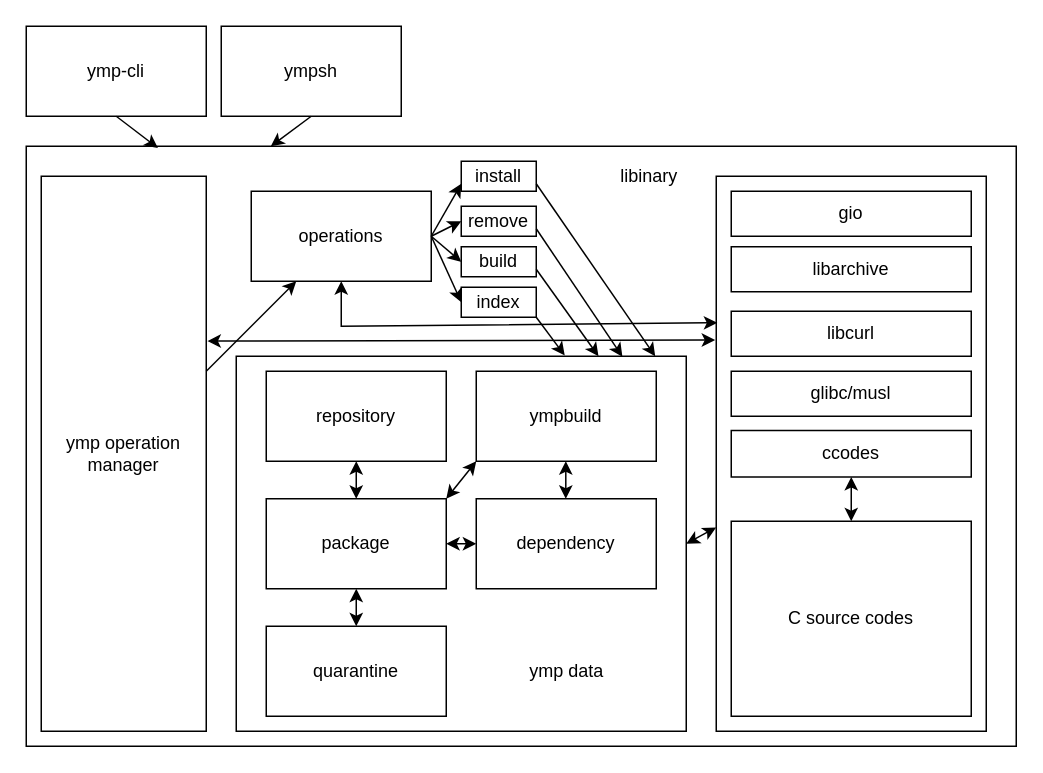
turkman-linux/ymp keeps this draw.io diagram as src/ymp-work-schema.drawio. Above is the earlier version. Source tidied: cells renumbered, new cells numbered last; positions are measured from the earlier drawing's top-left corner, leaving out a move shared by most shapes. Both pictures are drawn from the tidied source at 150%, with x=0, y=0 at pixel (26, 26).
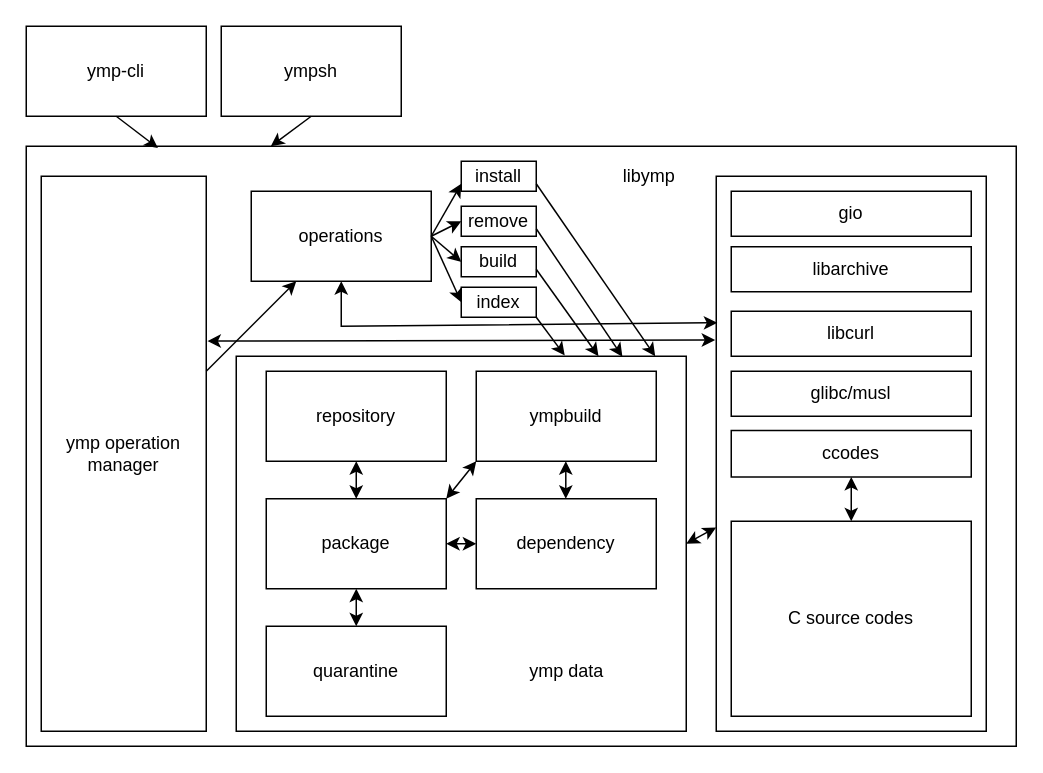
The same page after the edit.

What changed in the source:
```diff
@@
-    <mxCell id="33" value="libinary" style="text;html=1;align=center;verticalAlign=middle;fillColor=none;strokeColor=none;rounded=0;" parent="1" vertex="1">
-      <mxGeometry x="385" y="85" width="60" height="30" as="geometry" />
+    <mxCell id="33" value="&lt;div&gt;libymp&lt;/div&gt;" style="text;html=1;align=center;verticalAlign=middle;fillColor=none;strokeColor=none;rounded=0;" parent="1" vertex="1">
+      <mxGeometry x="380" y="85" width="70" height="30" as="geometry" />
     </mxCell>
```
